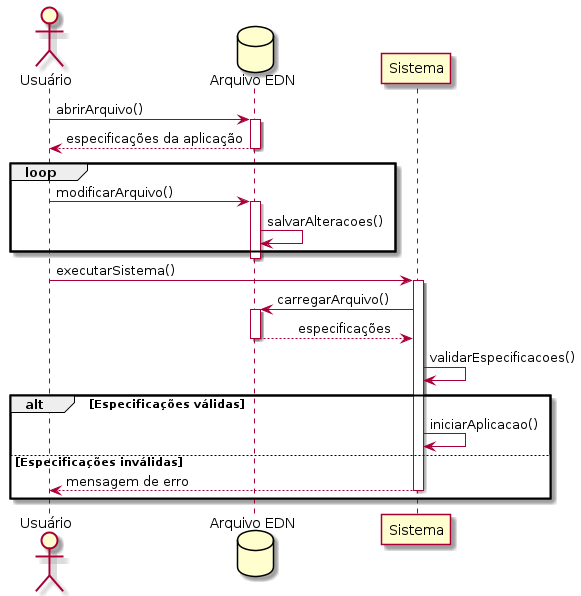
Before: Artefatos/Diagramas/Sequência/C05.png, a diagram exported from PlantUML (ICEI-PUC-Minas-PPLES-TI/plf-es-2022-1-tcci-5308100-dev-marlon-silva).
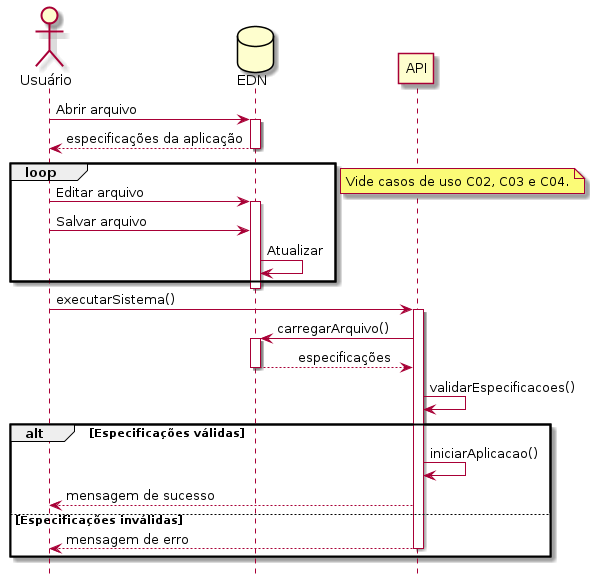
Later version of the same file.

The edit, as a diff of the source:
```diff
@@ -1,34 +1,41 @@
-@startuml
+@startuml c05
+hide footbox
 
-actor Usuário as usr
-database "Arquivo EDN" as file
-participant Sistema as sys
+actor "Usuário" as usr
+database "EDN" as file
+participant "API" as app
 
-usr -> file: abrirArquivo()
+usr -> file: Abrir arquivo
 activate file
 file --> usr: especificações da aplicação
 deactivate file
 
 loop
-    usr -> file: modificarArquivo()
+    usr -> file: Editar arquivo
     activate file
-    file -> file: salvarAlteracoes()
+    usr -> file : Salvar arquivo
+    file -> file: Atualizar
 end
 deactivate file
 
-usr -> sys: executarSistema()
-activate sys
-sys -> file: carregarArquivo()
+note right
+    Vide casos de uso C02, C03 e C04.
+end note
+
+usr -> app: executarSistema()
+activate app
+app -> file: carregarArquivo()
 activate file
-file --> sys: \t especificações
+file --> app: \t especificações
 deactivate file
-sys -> sys: validarEspecificacoes()
+app -> app: validarEspecificacoes()
 
 alt Especificações válidas
-    sys -> sys: iniciarAplicacao()
+    app -> app: iniciarAplicacao()
+    app --> usr: mensagem de sucesso
 else Especificações inválidas
-    sys --> usr: mensagem de erro
-    deactivate sys
+    app --> usr: mensagem de erro
+    deactivate app
 end
 
 @enduml
```
